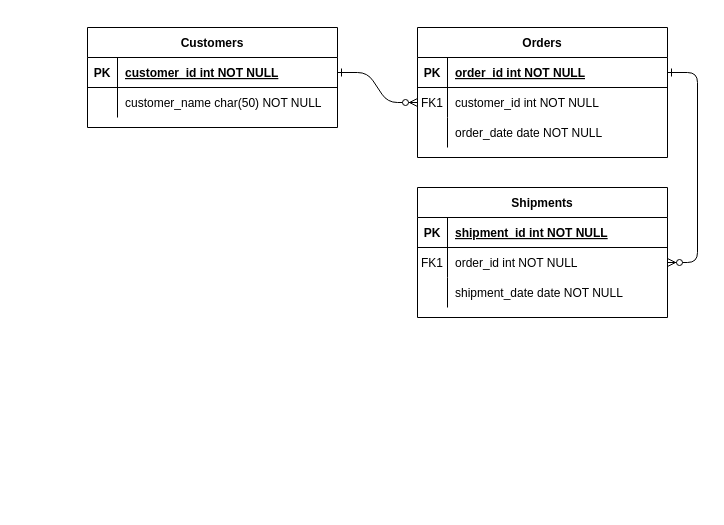
Earlier version of the draw.io diagram ERD/Untitled Diagram.drawio (AkshaykrishnaM/DBMS-UOW). Source tidied: cells renumbered, new cells numbered last; positions are measured from the earlier drawing's top-left corner, leaving out a move shared by most shapes. Both pictures are drawn from the tidied source at 100%, with x=0, y=0 at pixel (87, 27).
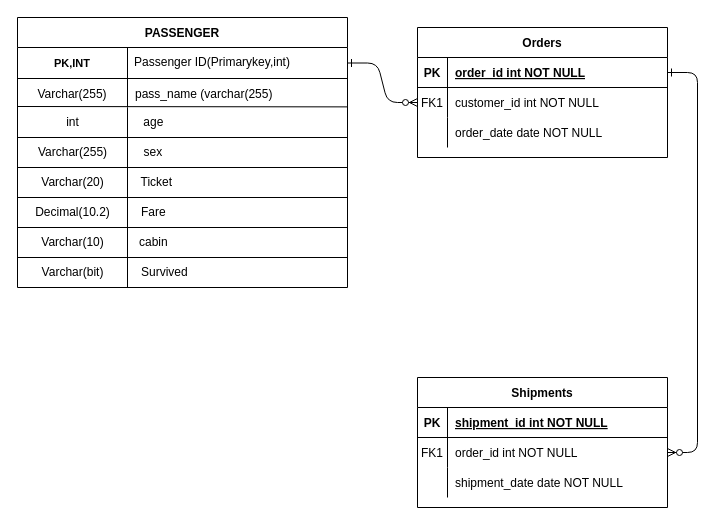
Above is the later version.

What changed in the source:
```diff
@@
     <mxCell id="14" value="Shipments" style="shape=table;startSize=30;childLayout=tableLayout;rowLines=0;fontStyle=1;align=center;" parent="1" vertex="1">
-      <mxGeometry x="330" y="160" width="250" height="130" as="geometry" />
+      <mxGeometry x="330" y="350" width="250" height="130" as="geometry" />
     </mxCell>
@@
-    <mxCell id="24" value="Customers" style="shape=table;startSize=30;childLayout=tableLayout;rowLines=0;fontStyle=1;align=center;" parent="1" vertex="1">
-      <mxGeometry width="250" height="100" as="geometry" />
+    <mxCell id="24" value="PASSENGER" style="shape=table;startSize=30;childLayout=tableLayout;rowLines=0;fontStyle=1;align=center;" parent="1" vertex="1">
+      <mxGeometry x="-70" y="-10" width="330" height="270" as="geometry" />
     </mxCell>
     <mxCell id="25" style="shape=partialRectangle;fillColor=none;points=[[0,0.5],[1,0.5]];portConstraint=eastwest;top=0;left=0;right=0;bottom=1;" parent="24" vertex="1">
-      <mxGeometry y="30" width="250" height="30" as="geometry" />
+      <mxGeometry y="30" width="330" height="31" as="geometry" />
     </mxCell>
-    <mxCell id="26" value="PK" style="shape=partialRectangle;overflow=hidden;fillColor=none;top=0;left=0;bottom=0;right=0;fontStyle=1;" parent="25" vertex="1">
-      <mxGeometry width="30" height="30" as="geometry" />
+    <mxCell id="26" value="PK,INT" style="shape=partialRectangle;overflow=hidden;fillColor=none;top=0;left=0;bottom=0;right=0;fontStyle=1;fontSize=11;" parent="25" vertex="1">
+      <mxGeometry width="110" height="31" as="geometry" />
     </mxCell>
-    <mxCell id="27" value="customer_id int NOT NULL " style="shape=partialRectangle;overflow=hidden;fillColor=none;top=0;left=0;bottom=0;right=0;align=left;spacingLeft=6;fontStyle=5;" parent="25" vertex="1">
-      <mxGeometry x="30" width="220" height="30" as="geometry" />
+    <mxCell id="27" style="shape=partialRectangle;overflow=hidden;fillColor=none;top=0;left=0;bottom=0;right=0;align=left;spacingLeft=6;fontStyle=5;" parent="25" vertex="1">
+      <mxGeometry x="110" width="220" height="31" as="geometry" />
     </mxCell>
     <mxCell id="28" style="shape=partialRectangle;fillColor=none;points=[[0,0.5],[1,0.5]];portConstraint=eastwest;top=0;left=0;right=0;bottom=0;" parent="24" vertex="1">
-      <mxGeometry y="60" width="250" height="30" as="geometry" />
+      <mxGeometry y="61" width="330" height="29" as="geometry" />
     </mxCell>
-    <mxCell id="29" style="shape=partialRectangle;overflow=hidden;fillColor=none;top=0;left=0;bottom=0;right=0;" parent="28" vertex="1">
-      <mxGeometry width="30" height="30" as="geometry" />
+    <mxCell id="29" value="Varchar(255)" style="shape=partialRectangle;overflow=hidden;fillColor=none;top=0;left=0;bottom=0;right=0;" parent="28" vertex="1">
+      <mxGeometry width="110" height="29" as="geometry" />
     </mxCell>
-    <mxCell id="30" value="customer_name char(50) NOT NULL" style="shape=partialRectangle;overflow=hidden;fillColor=none;top=0;left=0;bottom=0;right=0;align=left;spacingLeft=6;" parent="28" vertex="1">
-      <mxGeometry x="30" width="220" height="30" as="geometry" />
+    <mxCell id="30" value="pass_name (varchar(255)" style="shape=partialRectangle;overflow=hidden;fillColor=none;top=0;left=0;bottom=0;right=0;align=left;spacingLeft=6;spacingRight=7;" parent="28" vertex="1">
+      <mxGeometry x="110" width="220" height="29" as="geometry" />
     </mxCell>
+    <mxCell id="31" style="endArrow=none;html=1;rounded=0;entryX=0.999;entryY=0.979;entryDx=0;entryDy=0;entryPerimeter=0;" parent="24" edge="1" target="28">
+      <mxGeometry relative="1" as="geometry">
+        <mxPoint y="89" as="sourcePoint" />
+      </mxGeometry>
+    </mxCell>
+    <mxCell id="32" value="Passenger ID(Primarykey,int)" style="text;html=1;align=center;verticalAlign=middle;whiteSpace=wrap;rounded=0;" parent="1" vertex="1">
+      <mxGeometry x="35" y="20" width="180" height="30" as="geometry" />
+    </mxCell>
+    <mxCell id="33" style="endArrow=none;html=1;rounded=0;" parent="1" edge="1">
+      <mxGeometry relative="1" as="geometry">
+        <mxPoint x="40" y="260" as="sourcePoint" />
+        <mxPoint x="40" y="80" as="targetPoint" />
+      </mxGeometry>
+    </mxCell>
+    <mxCell id="34" style="endArrow=none;html=1;rounded=0;entryX=0.999;entryY=0.979;entryDx=0;entryDy=0;entryPerimeter=0;" parent="1" edge="1">
+      <mxGeometry relative="1" as="geometry">
+        <mxPoint x="-70" y="110" as="sourcePoint" />
+        <mxPoint x="260" y="110" as="targetPoint" />
+      </mxGeometry>
+    </mxCell>
+    <mxCell id="35" style="endArrow=none;html=1;rounded=0;entryX=0.999;entryY=0.979;entryDx=0;entryDy=0;entryPerimeter=0;" parent="1" edge="1">
+      <mxGeometry relative="1" as="geometry">
+        <mxPoint x="-70" y="140" as="sourcePoint" />
+        <mxPoint x="260" y="140" as="targetPoint" />
+      </mxGeometry>
+    </mxCell>
+    <mxCell id="36" style="endArrow=none;html=1;rounded=0;entryX=0.999;entryY=0.979;entryDx=0;entryDy=0;entryPerimeter=0;" parent="1" edge="1">
+      <mxGeometry relative="1" as="geometry">
+        <mxPoint x="-70" y="170" as="sourcePoint" />
+        <mxPoint x="260" y="170" as="targetPoint" />
+      </mxGeometry>
+    </mxCell>
+    <mxCell id="37" style="endArrow=none;html=1;rounded=0;entryX=0.999;entryY=0.979;entryDx=0;entryDy=0;entryPerimeter=0;" parent="1" edge="1">
+      <mxGeometry relative="1" as="geometry">
+        <mxPoint x="-70" y="200" as="sourcePoint" />
+        <mxPoint x="260" y="200" as="targetPoint" />
+      </mxGeometry>
+    </mxCell>
+    <mxCell id="38" value="age&amp;nbsp;" style="text;html=1;align=center;verticalAlign=middle;whiteSpace=wrap;rounded=0;" parent="1" vertex="1">
+      <mxGeometry x="37.5" y="80" width="60" height="30" as="geometry" />
+    </mxCell>
+    <mxCell id="39" value="sex&amp;nbsp;" style="text;html=1;align=center;verticalAlign=middle;whiteSpace=wrap;rounded=0;" parent="1" vertex="1">
+      <mxGeometry x="5" y="110" width="125" height="30" as="geometry" />
+    </mxCell>
+    <mxCell id="40" value="Ticket&amp;nbsp;" style="text;html=1;align=center;verticalAlign=middle;whiteSpace=wrap;rounded=0;spacingLeft=-8;spacingRight=-4;" parent="1" vertex="1">
+      <mxGeometry x="2.5" y="140" width="140" height="30" as="geometry" />
+    </mxCell>
+    <mxCell id="41" value="Fare&amp;nbsp;" style="text;html=1;align=center;verticalAlign=middle;whiteSpace=wrap;rounded=0;" parent="1" vertex="1">
+      <mxGeometry x="2.5" y="170" width="130" height="30" as="geometry" />
+    </mxCell>
+    <mxCell id="42" value="cabin&amp;nbsp;" style="text;html=1;align=center;verticalAlign=middle;whiteSpace=wrap;rounded=0;" parent="1" vertex="1">
+      <mxGeometry x="2.5" y="200" width="130" height="30" as="geometry" />
+    </mxCell>
+    <mxCell id="43" value="Survived&amp;nbsp;" style="text;html=1;align=center;verticalAlign=middle;whiteSpace=wrap;rounded=0;spacingRight=-2;" parent="1" vertex="1">
+      <mxGeometry x="22.5" y="230" width="110" height="30" as="geometry" />
+    </mxCell>
+    <mxCell id="44" style="endArrow=none;html=1;rounded=0;" parent="1" edge="1">
+      <mxGeometry relative="1" as="geometry">
+        <mxPoint x="260" y="230" as="sourcePoint" />
+        <mxPoint x="-70" y="230" as="targetPoint" />
+      </mxGeometry>
+    </mxCell>
+    <mxCell id="45" value="int" style="text;html=1;align=center;verticalAlign=middle;strokeColor=none;fillColor=none;" parent="1" vertex="1">
+      <mxGeometry x="-35" y="80" width="40" height="30" as="geometry" />
+    </mxCell>
+    <mxCell id="46" value="Varchar(255)" style="text;html=1;align=center;verticalAlign=middle;strokeColor=none;fillColor=none;" parent="1" vertex="1">
+      <mxGeometry x="-60" y="110" width="90" height="30" as="geometry" />
+    </mxCell>
+    <mxCell id="47" value="Varchar(20)" style="text;html=1;align=center;verticalAlign=middle;strokeColor=none;fillColor=none;" parent="1" vertex="1">
+      <mxGeometry x="-60" y="140" width="90" height="30" as="geometry" />
+    </mxCell>
+    <mxCell id="48" value="Decimal(10.2)" style="text;html=1;align=center;verticalAlign=middle;strokeColor=none;fillColor=none;" parent="1" vertex="1">
+      <mxGeometry x="-65" y="170" width="100" height="30" as="geometry" />
+    </mxCell>
+    <mxCell id="49" value="Varchar(10)" style="text;html=1;align=center;verticalAlign=middle;strokeColor=none;fillColor=none;" parent="1" vertex="1">
+      <mxGeometry x="-60" y="200" width="90" height="30" as="geometry" />
+    </mxCell>
+    <mxCell id="50" value="Varchar(bit)" style="text;html=1;align=center;verticalAlign=middle;strokeColor=none;fillColor=none;" parent="1" vertex="1">
+      <mxGeometry x="-60" y="230" width="90" height="30" as="geometry" />
+    </mxCell>
```
